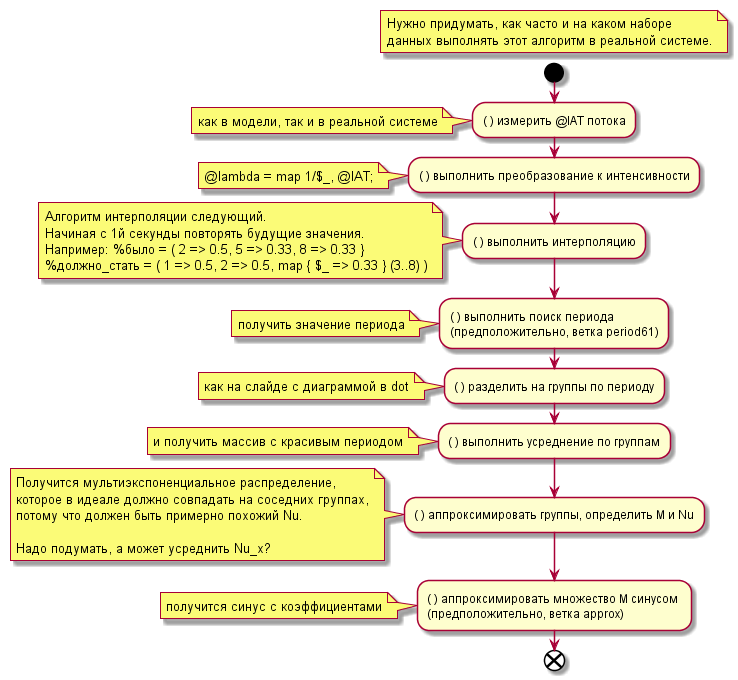
The PlantUML diagram arch/approx_algo.png in zhmylove/caler, before a commit.
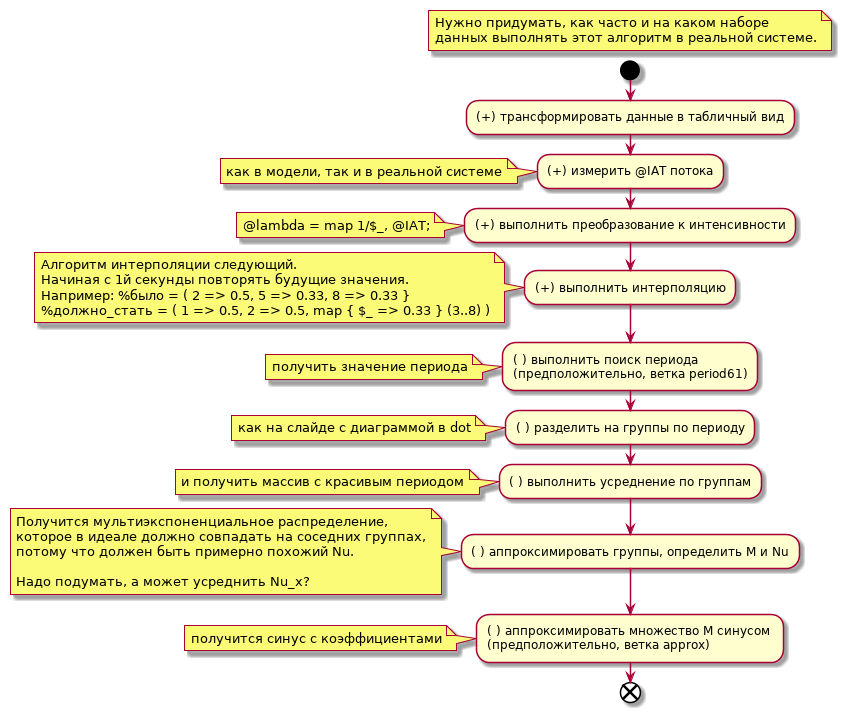
The same file after the commit.

The edit, as a diff of the source:
```diff
@@ -7,13 +7,15 @@
 
 start
 
-:( ) измерить @IAT потока;
+:(+) трансформировать данные в табличный вид;
+
+:(+) измерить @IAT потока;
 note : как в модели, так и в реальной системе
 
-:( ) выполнить преобразование к интенсивности;
+:(+) выполнить преобразование к интенсивности;
 note : @lambda = map 1/$_, @IAT;
 
-:( ) выполнить интерполяцию;
+:(+) выполнить интерполяцию;
 note
    Алгоритм интерполяции следующий.
    Начиная с 1й секунды повторять будущие значения.
```
